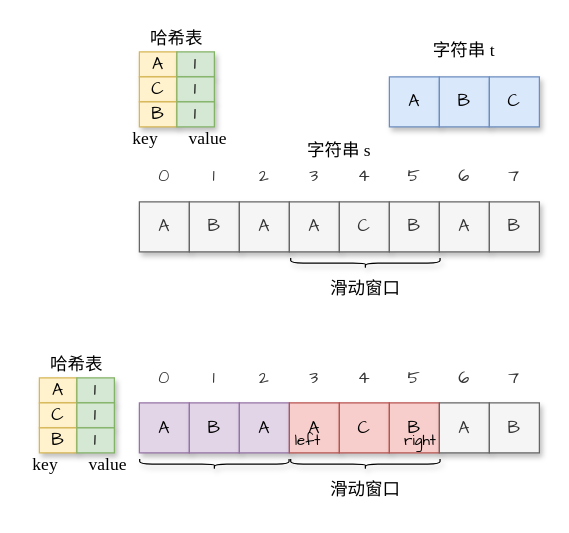
Before: draw.io/最小覆盖子串.drawio in goldknife6/algorithm, a draw.io diagram. Source tidied: cells renumbered, new cells numbered last; positions are measured from the earlier drawing's top-left corner, leaving out a move shared by most shapes. Both pictures are drawn from the tidied source at 125%, with x=0, y=0 at pixel (26, 26).
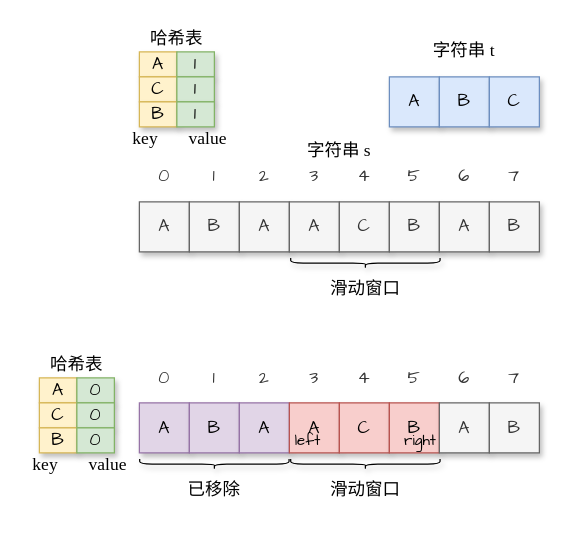
The same page after the edit.

Commit message:
更新最小覆盖子串.drawio

The edit, as a diff of the source:
```diff
@@
-    <mxCell id="53" value="&lt;font face=&quot;Comic Sans MS&quot; style=&quot;font-size: 14px&quot;&gt;1&lt;/font&gt;" style="rounded=0;whiteSpace=wrap;html=1;fillColor=#d5e8d4;strokeColor=#82b366;shadow=1;" parent="1" vertex="1">
+    <mxCell id="53" value="&lt;font face=&quot;Comic Sans MS&quot; style=&quot;font-size: 14px&quot;&gt;0&lt;/font&gt;" style="rounded=0;whiteSpace=wrap;html=1;fillColor=#d5e8d4;strokeColor=#82b366;shadow=1;" parent="1" vertex="1">
       <mxGeometry x="40" y="280.8" width="30" height="20" as="geometry" />
     </mxCell>
@@
-    <mxCell id="55" value="&lt;font face=&quot;Comic Sans MS&quot; style=&quot;font-size: 14px&quot;&gt;1&lt;/font&gt;" style="rounded=0;whiteSpace=wrap;html=1;fillColor=#d5e8d4;strokeColor=#82b366;shadow=1;" parent="1" vertex="1">
+    <mxCell id="55" value="&lt;font face=&quot;Comic Sans MS&quot; style=&quot;font-size: 14px&quot;&gt;0&lt;/font&gt;" style="rounded=0;whiteSpace=wrap;html=1;fillColor=#d5e8d4;strokeColor=#82b366;shadow=1;" parent="1" vertex="1">
       <mxGeometry x="40" y="300.8" width="30" height="20" as="geometry" />
     </mxCell>
@@
-    <mxCell id="57" value="&lt;font face=&quot;Comic Sans MS&quot; style=&quot;font-size: 14px&quot;&gt;1&lt;/font&gt;" style="rounded=0;whiteSpace=wrap;html=1;fillColor=#d5e8d4;strokeColor=#82b366;shadow=1;" parent="1" vertex="1">
+    <mxCell id="57" value="&lt;font face=&quot;Comic Sans MS&quot; style=&quot;font-size: 14px&quot;&gt;0&lt;/font&gt;" style="rounded=0;whiteSpace=wrap;html=1;fillColor=#d5e8d4;strokeColor=#82b366;shadow=1;" parent="1" vertex="1">
       <mxGeometry x="40" y="320.8" width="30" height="20" as="geometry" />
     </mxCell>
@@
+    <mxCell id="64" value="&lt;font face=&quot;Garamond&quot;&gt;已移除&lt;/font&gt;" style="text;html=1;strokeColor=none;fillColor=none;align=center;verticalAlign=middle;whiteSpace=wrap;rounded=0;shadow=1;fontFamily=Comic Sans MS;fontSize=14;opacity=0;" parent="1" vertex="1">
+      <mxGeometry x="110" y="360.8" width="80" height="20" as="geometry" />
+    </mxCell>
```
